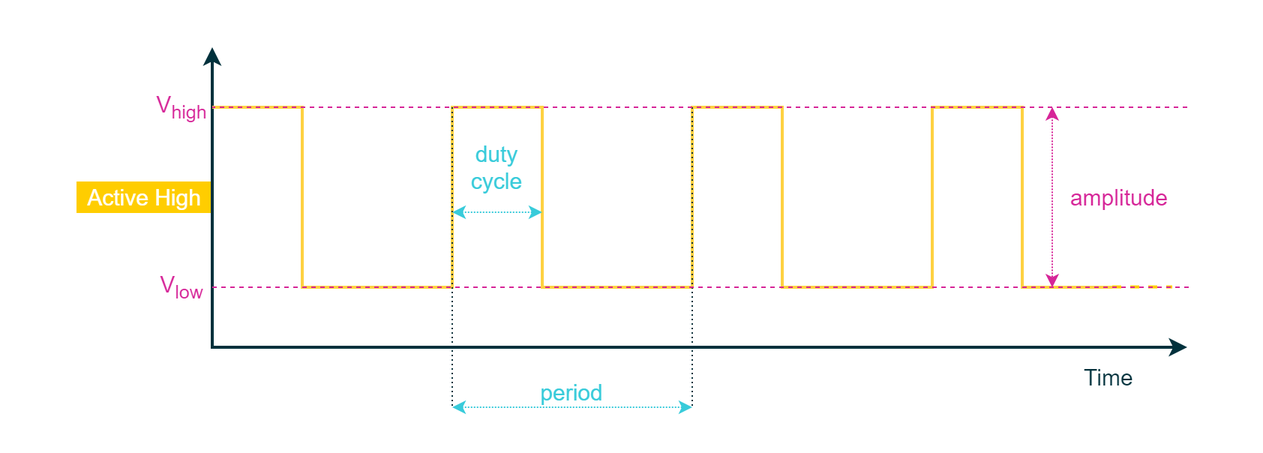
Earlier version of the draw.io export draw.io/PE Articles/General knowledge/Fundamentals/PWM 101 from Duty Cycle to Motor Control/Pulse wave details (PE).png (PLAY-Embedded/pe_assets). Source tidied: cells renumbered, new cells last; positions are measured from the earlier drawing's top-left corner, leaving out a move shared by most shapes.
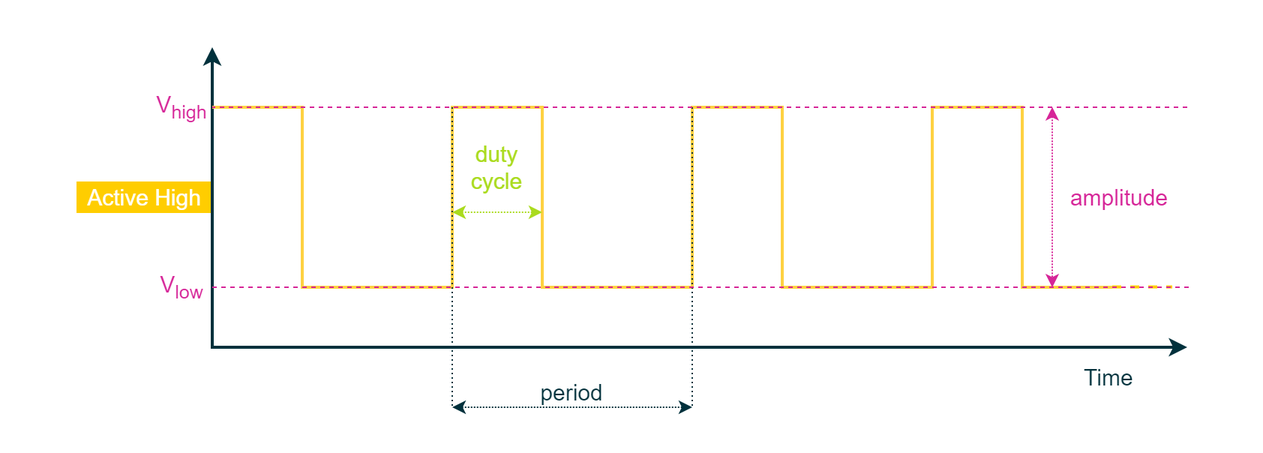
After the commit.

Change to the diagram source:
```diff
@@ -60,22 +60,22 @@
         <mxPoint x="460" y="70" as="sourcePoint" />
       </mxGeometry>
     </mxCell>
-    <mxCell id="10" style="endArrow=classic;startArrow=classic;html=1;labelBackgroundColor=none;strokeColor=#38CBDA;strokeWidth=1;fillColor=#38CBDA;fontFamily=Arial;fontSize=8;fontColor=#0067B9;dashed=1;dashPattern=1 1;" parent="1" edge="1">
+    <mxCell id="10" style="endArrow=classic;startArrow=classic;html=1;labelBackgroundColor=none;strokeColor=#00313C;strokeWidth=1;fillColor=#00313C;fontFamily=Arial;fontSize=8;fontColor=#0067B9;dashed=1;dashPattern=1 1;" parent="1" edge="1">
       <mxGeometry relative="1" as="geometry">
         <mxPoint x="300" y="270" as="sourcePoint" />
         <mxPoint x="460" y="270" as="targetPoint" />
       </mxGeometry>
     </mxCell>
-    <mxCell id="11" value="&lt;font color=&quot;#38cbda&quot; style=&quot;font-size: 15px;&quot;&gt;period&lt;/font&gt;" style="rounded=0;whiteSpace=wrap;html=1;strokeColor=none;strokeWidth=1;fillColor=none;fontFamily=Arial;fontSize=8;fontColor=#4DB182;align=center;" parent="1" vertex="1">
+    <mxCell id="11" value="&lt;font color=&quot;#00313c&quot; style=&quot;font-size: 15px;&quot;&gt;period&lt;/font&gt;" style="rounded=0;whiteSpace=wrap;html=1;strokeColor=none;strokeWidth=1;fillColor=none;fontFamily=Arial;fontSize=8;fontColor=#4DB182;align=center;" parent="1" vertex="1">
       <mxGeometry x="300" y="250" width="160" height="20" as="geometry" />
     </mxCell>
-    <mxCell id="12" style="endArrow=classic;startArrow=classic;html=1;labelBackgroundColor=none;strokeColor=#38CBDA;strokeWidth=1;fillColor=#38CBDA;fontFamily=Arial;fontSize=8;fontColor=#0067B9;dashed=1;dashPattern=1 1;" parent="1" edge="1">
+    <mxCell id="12" style="endArrow=classic;startArrow=classic;html=1;labelBackgroundColor=none;strokeColor=#AADB1E;strokeWidth=1;fillColor=#AADB1E;fontFamily=Arial;fontSize=8;fontColor=#0067B9;dashed=1;dashPattern=1 1;" parent="1" edge="1">
       <mxGeometry relative="1" as="geometry">
         <mxPoint x="300" y="140" as="sourcePoint" />
         <mxPoint x="360" y="140" as="targetPoint" />
       </mxGeometry>
     </mxCell>
-    <mxCell id="13" value="&lt;font style=&quot;font-size: 15px;&quot;&gt;&lt;font color=&quot;#38cbda&quot;&gt;duty&lt;br&gt;cycle&lt;/font&gt;&lt;br&gt;&lt;/font&gt;" style="rounded=0;whiteSpace=wrap;html=1;strokeColor=none;strokeWidth=1;fillColor=none;fontFamily=Arial;fontSize=8;fontColor=#4DB182;align=center;" parent="1" vertex="1">
+    <mxCell id="13" value="&lt;font style=&quot;font-size: 15px;&quot;&gt;&lt;font color=&quot;#aadb1e&quot;&gt;duty&lt;br&gt;cycle&lt;/font&gt;&lt;br&gt;&lt;/font&gt;" style="rounded=0;whiteSpace=wrap;html=1;strokeColor=none;strokeWidth=1;fillColor=none;fontFamily=Arial;fontSize=8;fontColor=#4DB182;align=center;" parent="1" vertex="1">
       <mxGeometry x="300" y="90" width="60" height="40" as="geometry" />
     </mxCell>
     <mxCell id="14" value="&lt;span style=&quot;font-size: 15px;&quot;&gt;&lt;font color=&quot;#d62598&quot;&gt;V&lt;sub style=&quot;&quot;&gt;high&lt;/sub&gt;&lt;/font&gt;&lt;/span&gt;" style="rounded=0;whiteSpace=wrap;html=1;strokeColor=none;strokeWidth=1;fillColor=none;fontFamily=Arial;fontSize=8;fontColor=#4DB182;align=center;" parent="1" vertex="1">
```
